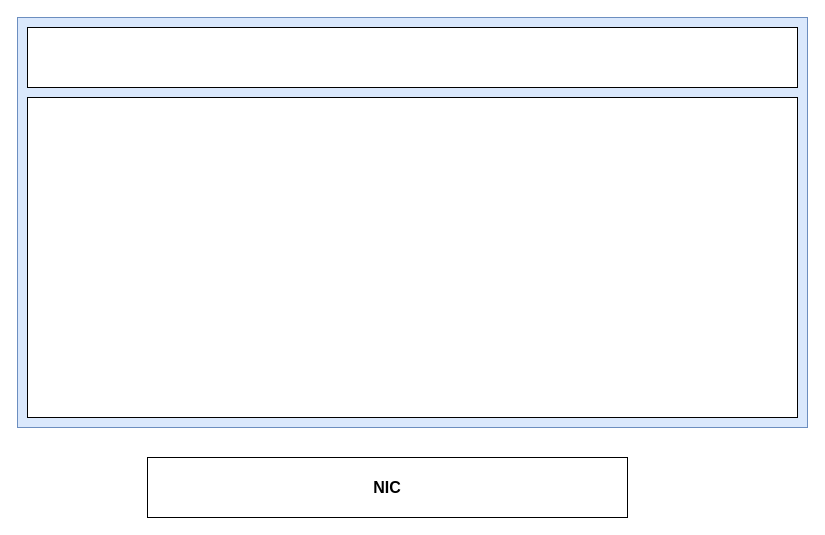
Above: os竞赛项目框架图.drawio in Kakoyi945/cloud (draw.io), before the change. Source tidied: cells renumbered, new cells numbered last; positions are measured from the earlier drawing's top-left corner, leaving out a move shared by most shapes. Both pictures are drawn from the tidied source at 100%, with x=0, y=0 at pixel (17, 17).
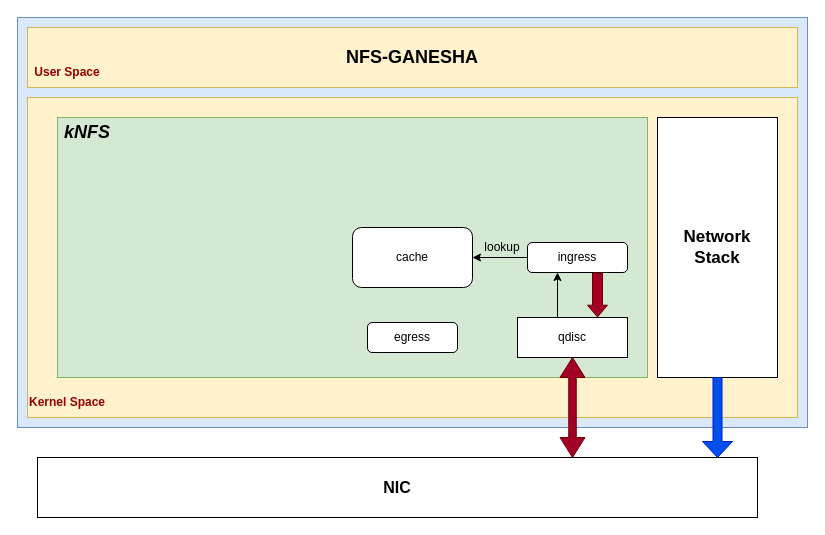
The same page after the edit.

Commit message (it also covers changes not shown here):
更新os竞赛项目框架图.drawio

The edit, as a diff of the source:
```diff
@@
     <mxCell id="3" value="&lt;b&gt;&lt;font style=&quot;font-size: 16px;&quot;&gt;NIC&lt;/font&gt;&lt;/b&gt;" style="rounded=0;whiteSpace=wrap;html=1;" parent="1" vertex="1">
-      <mxGeometry x="130" y="440" width="480" height="60" as="geometry" />
+      <mxGeometry x="20" y="440" width="720" height="60" as="geometry" />
     </mxCell>
-    <mxCell id="4" style="rounded=0;whiteSpace=wrap;html=1;" parent="1" vertex="1">
+    <mxCell id="4" style="rounded=0;whiteSpace=wrap;html=1;fillColor=#fff2cc;strokeColor=#d6b656;" parent="1" vertex="1">
       <mxGeometry x="10" y="80" width="770" height="320" as="geometry" />
     </mxCell>
-    <mxCell id="5" style="rounded=0;whiteSpace=wrap;html=1;" parent="1" vertex="1">
+    <mxCell id="5" value="&lt;b&gt;&lt;font style=&quot;font-size: 18px;&quot;&gt;NFS-GANESHA&lt;/font&gt;&lt;/b&gt;" style="rounded=0;whiteSpace=wrap;html=1;fillColor=#fff2cc;strokeColor=#d6b656;" parent="1" vertex="1">
       <mxGeometry x="10" y="10" width="770" height="60" as="geometry" />
     </mxCell>
+    <mxCell id="6" value="&lt;h4&gt;&lt;font color=&quot;#990000&quot;&gt;User Space&lt;/font&gt;&lt;/h4&gt;" style="text;html=1;strokeColor=none;fillColor=none;align=center;verticalAlign=middle;whiteSpace=wrap;rounded=0;" parent="1" vertex="1">
+      <mxGeometry x="10" y="40" width="80" height="30" as="geometry" />
+    </mxCell>
+    <mxCell id="7" value="&lt;h4&gt;&lt;font color=&quot;#990000&quot;&gt;Kernel Space&lt;/font&gt;&lt;/h4&gt;" style="text;html=1;strokeColor=none;fillColor=none;align=center;verticalAlign=middle;whiteSpace=wrap;rounded=0;" parent="1" vertex="1">
+      <mxGeometry x="10" y="370" width="80" height="30" as="geometry" />
+    </mxCell>
+    <mxCell id="8" style="rounded=0;whiteSpace=wrap;html=1;fillColor=#d5e8d4;strokeColor=#82b366;" parent="1" vertex="1">
+      <mxGeometry x="40" y="100" width="590" height="260" as="geometry" />
+    </mxCell>
+    <mxCell id="9" value="qdisc" style="rounded=0;whiteSpace=wrap;html=1;" parent="1" vertex="1">
+      <mxGeometry x="500" y="300" width="110" height="40" as="geometry" />
+    </mxCell>
+    <mxCell id="10" value="&lt;b&gt;&lt;i&gt;&lt;font style=&quot;font-size: 18px;&quot;&gt;kNFS&lt;/font&gt;&lt;/i&gt;&lt;/b&gt;" style="text;html=1;strokeColor=none;fillColor=none;align=center;verticalAlign=middle;whiteSpace=wrap;rounded=0;" parent="1" vertex="1">
+      <mxGeometry x="40" y="100" width="60" height="30" as="geometry" />
+    </mxCell>
+    <mxCell id="11" value="&lt;b style=&quot;font-size: 17px;&quot;&gt;Network&lt;br&gt;Stack&lt;/b&gt;" style="rounded=0;whiteSpace=wrap;html=1;" parent="1" vertex="1">
+      <mxGeometry x="640" y="100" width="120" height="260" as="geometry" />
+    </mxCell>
+    <mxCell id="12" style="shape=doubleArrow;direction=south;whiteSpace=wrap;html=1;fillColor=#a20025;fontColor=#ffffff;strokeColor=#6F0000;" parent="1" vertex="1">
+      <mxGeometry x="542.5" y="340" width="25" height="100" as="geometry" />
+    </mxCell>
+    <mxCell id="13" style="shape=singleArrow;direction=south;whiteSpace=wrap;html=1;fillColor=#0050ef;fontColor=#ffffff;strokeColor=#001DBC;" parent="1" vertex="1">
+      <mxGeometry x="685" y="360" width="30" height="80" as="geometry" />
+    </mxCell>
+    <mxCell id="14" value="cache" style="rounded=1;whiteSpace=wrap;html=1;" parent="1" vertex="1">
+      <mxGeometry x="335" y="210" width="120" height="60" as="geometry" />
+    </mxCell>
+    <mxCell id="15" style="edgeStyle=orthogonalEdgeStyle;rounded=0;jettySize=auto;html=1;exitX=0;exitY=0.5;exitDx=0;exitDy=0;" parent="1" edge="1" source="16" target="14">
+      <mxGeometry relative="1" as="geometry" />
+    </mxCell>
+    <mxCell id="16" value="ingress" style="rounded=1;whiteSpace=wrap;html=1;" parent="1" vertex="1">
+      <mxGeometry x="510" y="225" width="100" height="30" as="geometry" />
+    </mxCell>
+    <mxCell id="17" value="egress" style="rounded=1;whiteSpace=wrap;html=1;" parent="1" vertex="1">
+      <mxGeometry x="350" y="305" width="90" height="30" as="geometry" />
+    </mxCell>
+    <mxCell id="18" value="lookup" style="text;html=1;strokeColor=none;fillColor=none;align=center;verticalAlign=middle;whiteSpace=wrap;rounded=0;" parent="1" vertex="1">
+      <mxGeometry x="455" y="215" width="60" height="30" as="geometry" />
+    </mxCell>
+    <mxCell id="19" style="shape=flexArrow;endArrow=classic;html=1;rounded=0;endWidth=9;endSize=3.6;fillColor=#a20025;strokeColor=#6F0000;" parent="1" edge="1">
+      <mxGeometry relative="1" as="geometry">
+        <mxPoint x="580" y="255" as="sourcePoint" />
+        <mxPoint x="580" y="300" as="targetPoint" />
+      </mxGeometry>
+    </mxCell>
+    <mxCell id="20" style="endArrow=classic;html=1;rounded=0;" parent="1" edge="1">
+      <mxGeometry relative="1" as="geometry">
+        <mxPoint x="540" y="300" as="sourcePoint" />
+        <mxPoint x="540" y="255" as="targetPoint" />
+      </mxGeometry>
+    </mxCell>
```
